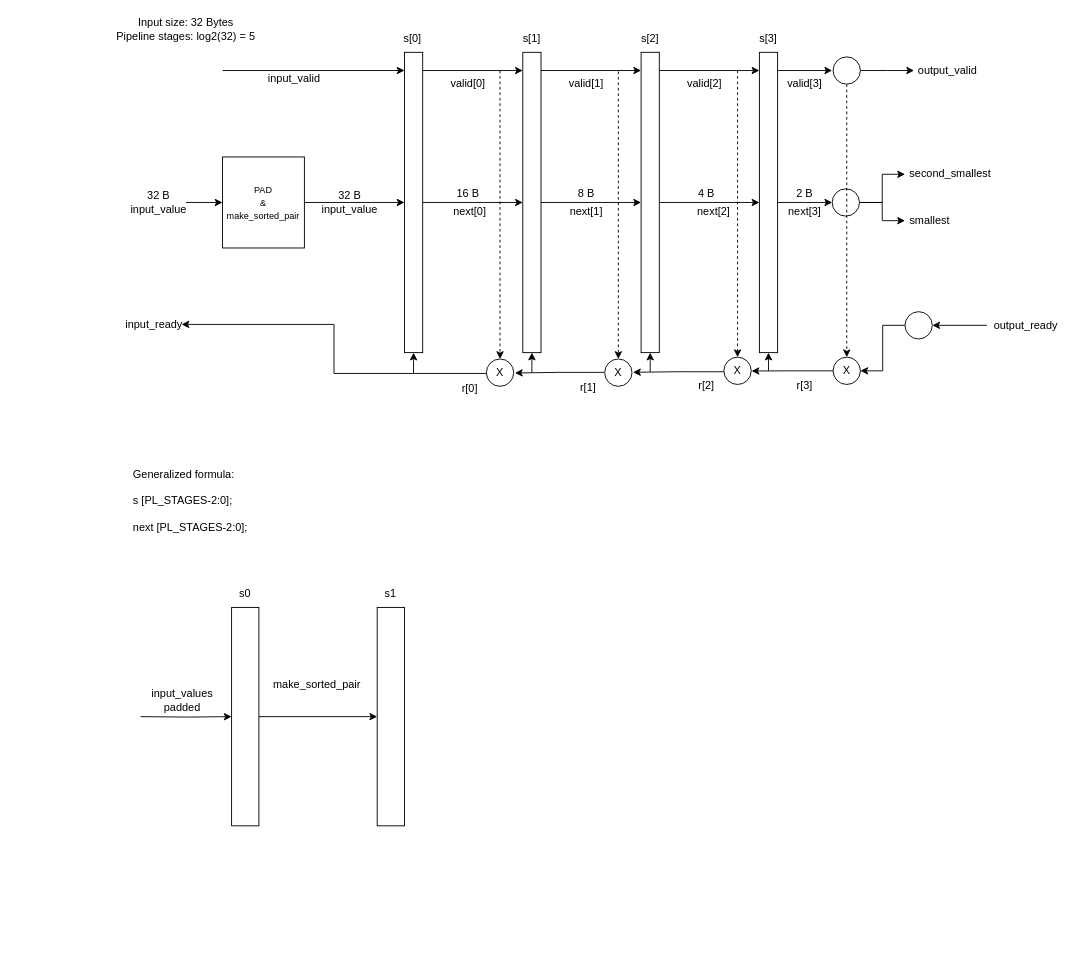
This is second_smallest_pipelined.drawio from sahilhassanzee/draw.io_diagrams, a draw.io file, before an edit. Source tidied: cells renumbered, new cells numbered last; positions are measured from the earlier drawing's top-left corner, leaving out a move shared by most shapes. Both pictures are drawn from the tidied source at 91%, with x=0, y=0 at pixel (104, 15).
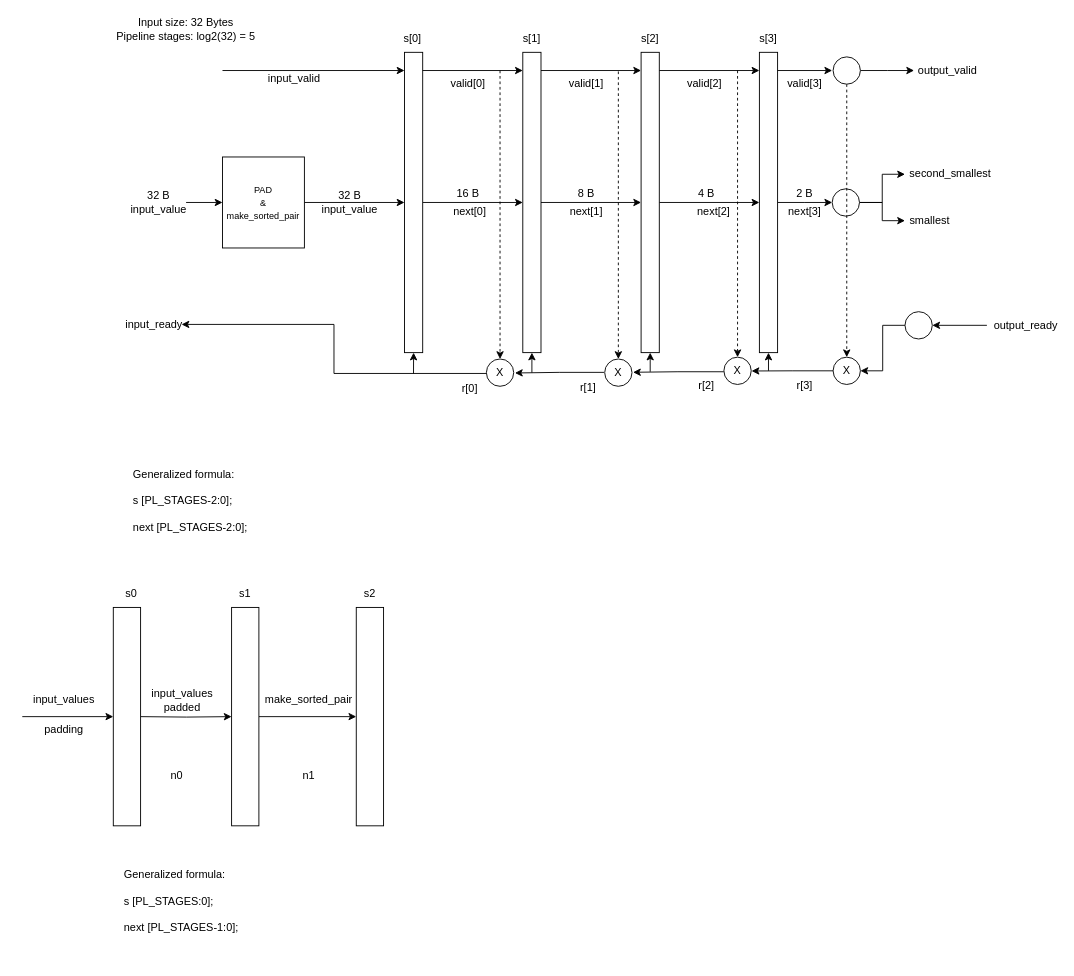
Above is the later version.

What changed in the source:
```diff
@@
-    <mxCell id="3" style="rounded=0;whiteSpace=wrap;html=1;" parent="1" vertex="1">
+    <mxCell id="3" style="rounded=0;whiteSpace=wrap;html=1;fillColor=light-dark(#FFFFFF,#9AC7BF);" parent="1" vertex="1">
       <mxGeometry x="330" y="40" width="20" height="330" as="geometry" />
     </mxCell>
@@
-    <mxCell id="5" style="rounded=0;whiteSpace=wrap;html=1;" parent="1" vertex="1">
+    <mxCell id="5" style="rounded=0;whiteSpace=wrap;html=1;fillColor=light-dark(#FFFFFF,#9AC7BF);" parent="1" vertex="1">
       <mxGeometry x="460" y="40" width="20" height="330" as="geometry" />
     </mxCell>
@@
-    <mxCell id="7" style="rounded=0;whiteSpace=wrap;html=1;" parent="1" vertex="1">
+    <mxCell id="7" style="rounded=0;whiteSpace=wrap;html=1;fillColor=light-dark(#FFFFFF,#9AC7BF);" parent="1" vertex="1">
       <mxGeometry x="590" y="40" width="20" height="330" as="geometry" />
     </mxCell>
@@
-    <mxCell id="10" style="rounded=0;whiteSpace=wrap;html=1;" parent="1" vertex="1">
+    <mxCell id="10" style="rounded=0;whiteSpace=wrap;html=1;fillColor=light-dark(#FFFFFF,#9AC7BF);" parent="1" vertex="1">
       <mxGeometry x="720" y="40" width="20" height="330" as="geometry" />
     </mxCell>
@@
     <mxCell id="73" value="s0" style="text;html=1;whiteSpace=wrap;strokeColor=none;fillColor=none;align=center;verticalAlign=middle;rounded=0;" parent="1" vertex="1">
-      <mxGeometry x="125" y="620" width="60" height="30" as="geometry" />
+      <mxGeometry y="620" width="60" height="30" as="geometry" />
     </mxCell>
     <mxCell id="74" value="make_sorted_pair" style="text;html=1;whiteSpace=wrap;strokeColor=none;fillColor=none;align=center;verticalAlign=middle;rounded=0;" parent="1" vertex="1">
-      <mxGeometry x="179" y="720" width="110" height="30" as="geometry" />
+      <mxGeometry x="170" y="737" width="110" height="30" as="geometry" />
     </mxCell>
     <mxCell id="75" style="whiteSpace=wrap;html=1;" parent="1" vertex="1">
-      <mxGeometry x="300" y="650" width="30" height="240" as="geometry" />
+      <mxGeometry x="277" y="650" width="30" height="240" as="geometry" />
     </mxCell>
     <mxCell id="76" value="s1" style="text;html=1;whiteSpace=wrap;strokeColor=none;fillColor=none;align=center;verticalAlign=middle;rounded=0;" parent="1" vertex="1">
-      <mxGeometry x="285" y="620" width="60" height="30" as="geometry" />
+      <mxGeometry x="125" y="620" width="60" height="30" as="geometry" />
     </mxCell>
@@
+    <mxCell id="80" style="whiteSpace=wrap;html=1;" parent="1" vertex="1">
+      <mxGeometry x="10" y="650" width="30" height="240" as="geometry" />
+    </mxCell>
+    <mxCell id="81" style="edgeStyle=orthogonalEdgeStyle;rounded=0;orthogonalLoop=1;jettySize=auto;html=1;entryX=0;entryY=0.5;entryDx=0;entryDy=0;" parent="1" edge="1">
+      <mxGeometry relative="1" as="geometry">
+        <mxPoint x="-90" y="770" as="sourcePoint" />
+        <mxPoint x="10" y="770" as="targetPoint" />
+      </mxGeometry>
+    </mxCell>
+    <mxCell id="82" value="input_values" style="text;html=1;whiteSpace=wrap;strokeColor=none;fillColor=none;align=center;verticalAlign=middle;rounded=0;" parent="1" vertex="1">
+      <mxGeometry x="-74" y="737" width="60" height="30" as="geometry" />
+    </mxCell>
+    <mxCell id="83" value="s2" style="text;html=1;whiteSpace=wrap;strokeColor=none;fillColor=none;align=center;verticalAlign=middle;rounded=0;" parent="1" vertex="1">
+      <mxGeometry x="262" y="620" width="60" height="30" as="geometry" />
+    </mxCell>
+    <mxCell id="84" value="padding" style="text;html=1;whiteSpace=wrap;strokeColor=none;fillColor=none;align=center;verticalAlign=middle;rounded=0;" parent="1" vertex="1">
+      <mxGeometry x="-74" y="770" width="60" height="30" as="geometry" />
+    </mxCell>
+    <mxCell id="85" value="n0" style="text;html=1;whiteSpace=wrap;strokeColor=none;fillColor=none;align=center;verticalAlign=middle;rounded=0;" parent="1" vertex="1">
+      <mxGeometry x="50" y="820" width="60" height="30" as="geometry" />
+    </mxCell>
+    <mxCell id="86" value="n1" style="text;html=1;whiteSpace=wrap;strokeColor=none;fillColor=none;align=center;verticalAlign=middle;rounded=0;" parent="1" vertex="1">
+      <mxGeometry x="195" y="820" width="60" height="30" as="geometry" />
+    </mxCell>
+    <mxCell id="87" value="&lt;div&gt;Generalized formula:&lt;/div&gt;&lt;div&gt;&lt;br&gt;&lt;/div&gt;&lt;div&gt;s [PL_STAGES:0];&lt;/div&gt;&lt;div&gt;&lt;br&gt;&lt;/div&gt;&lt;div&gt;next [PL_STAGES-1:0];&lt;/div&gt;&lt;div&gt;&lt;br&gt;&lt;/div&gt;&lt;div&gt;&lt;br&gt;&lt;/div&gt;" style="text;html=1;whiteSpace=wrap;strokeColor=none;fillColor=none;align=left;verticalAlign=top;rounded=0;" parent="1" vertex="1">
+      <mxGeometry x="20" y="930" width="451" height="80" as="geometry" />
+    </mxCell>
```
